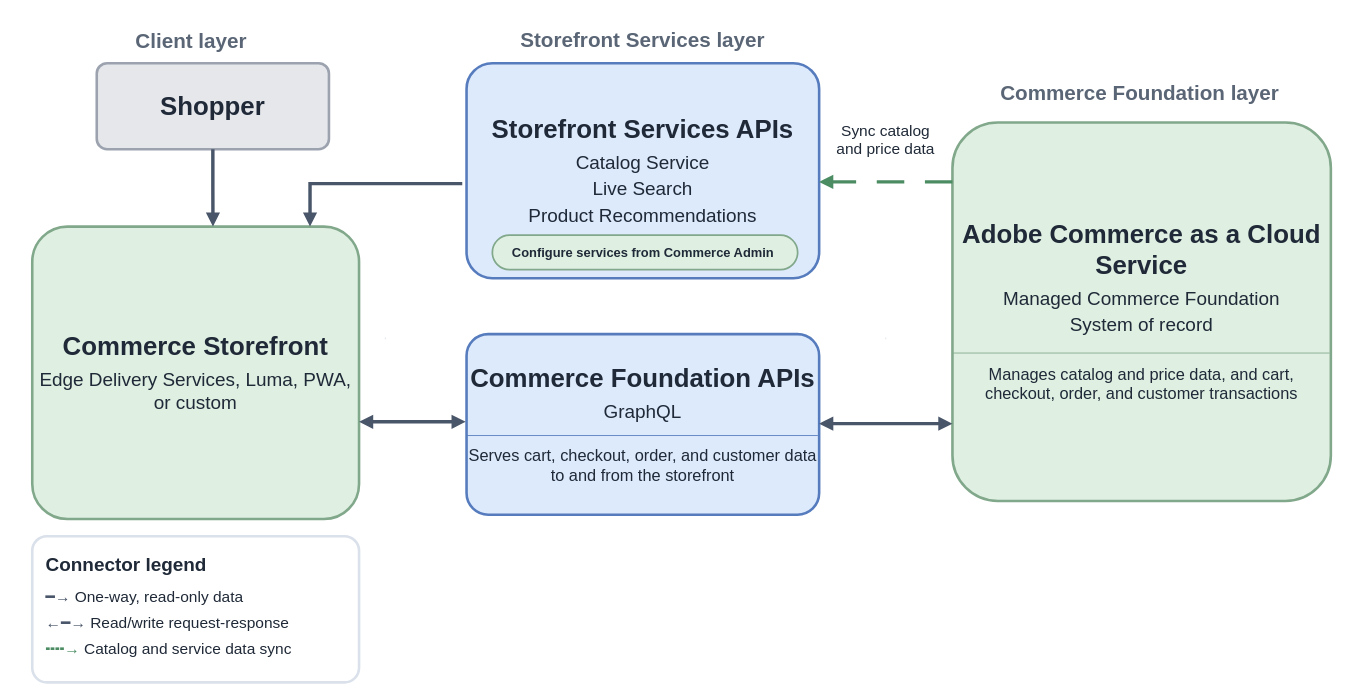
The draw.io diagram help/information-center/assets/architecture/commerce-cloud-service-storefront-services-arch.drawio in AdobeDocs/commerce.en, before the edit. Source tidied: cells renumbered, new cells numbered last; positions are measured from the earlier drawing's top-left corner, leaving out a move shared by most shapes. Both pictures are drawn from the tidied source at 86%, with x=0, y=0 at pixel (15, 15).
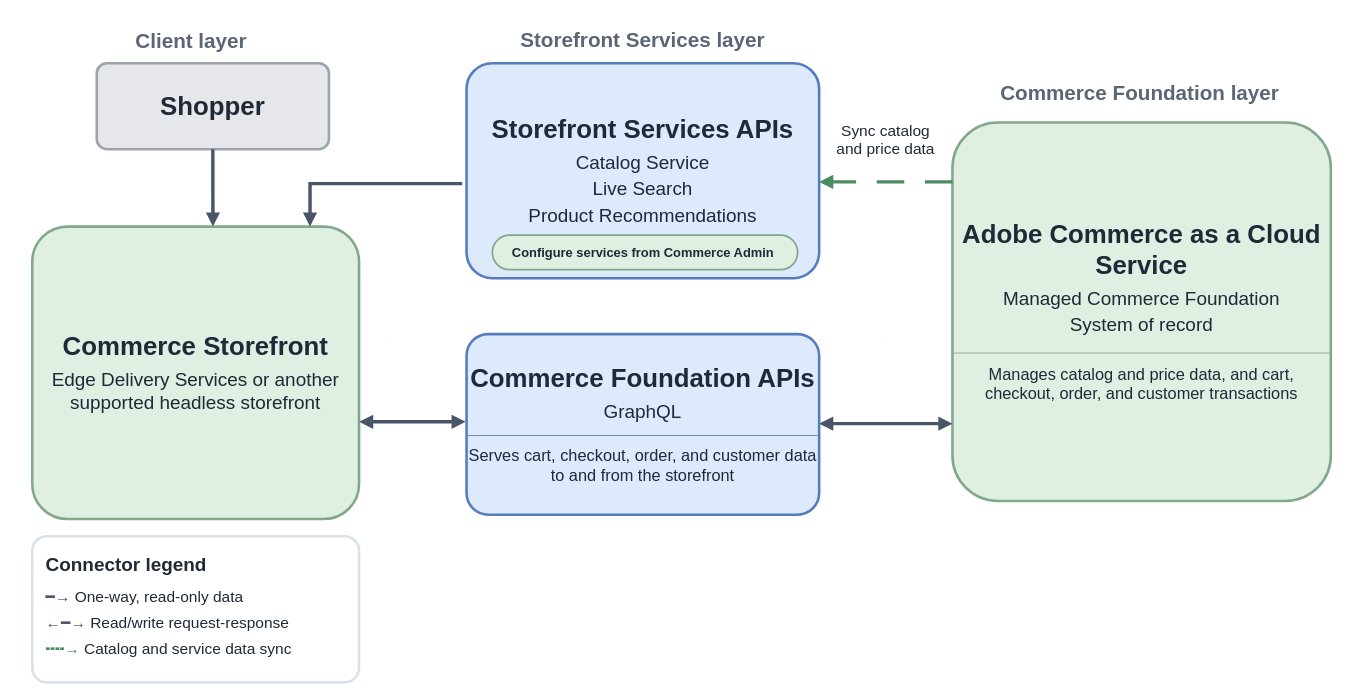
The same page after the edit.

Change to the diagram source:
```diff
@@
-    <mxCell id="8" value="&lt;div style=&quot;text-align:center;&quot;&gt;&lt;b&gt;&lt;font style=&quot;font-size: 30px;&quot;&gt;Commerce Storefront&lt;/font&gt;&lt;/b&gt;&lt;div style=&quot;margin-top: 8px;&quot;&gt;&lt;font style=&quot;font-size: 22px;&quot;&gt;Edge Delivery Services, Luma, PWA, or custom&lt;/font&gt;&lt;/div&gt;&lt;/div&gt;" style="rounded=1;whiteSpace=wrap;html=1;fillColor=#dfefe2;strokeColor=#81a88a;strokeWidth=3;fontColor=#1f2937;shadow=0;arcSize=12;" parent="1" vertex="1">
+    <mxCell id="8" value="&lt;div style=&quot;text-align:center;&quot;&gt;&lt;b&gt;&lt;font style=&quot;font-size: 30px;&quot;&gt;Commerce Storefront&lt;/font&gt;&lt;/b&gt;&lt;div style=&quot;margin-top: 8px;&quot;&gt;&lt;font style=&quot;font-size: 22px;&quot;&gt;Edge Delivery Services or another supported headless storefront&lt;/font&gt;&lt;/div&gt;&lt;/div&gt;" style="rounded=1;whiteSpace=wrap;html=1;fillColor=#dfefe2;strokeColor=#81a88a;strokeWidth=3;fontColor=#1f2937;shadow=0;arcSize=12;" parent="1" vertex="1">
       <mxGeometry x="20" y="245" width="380" height="340" as="geometry" />
     </mxCell>
```
